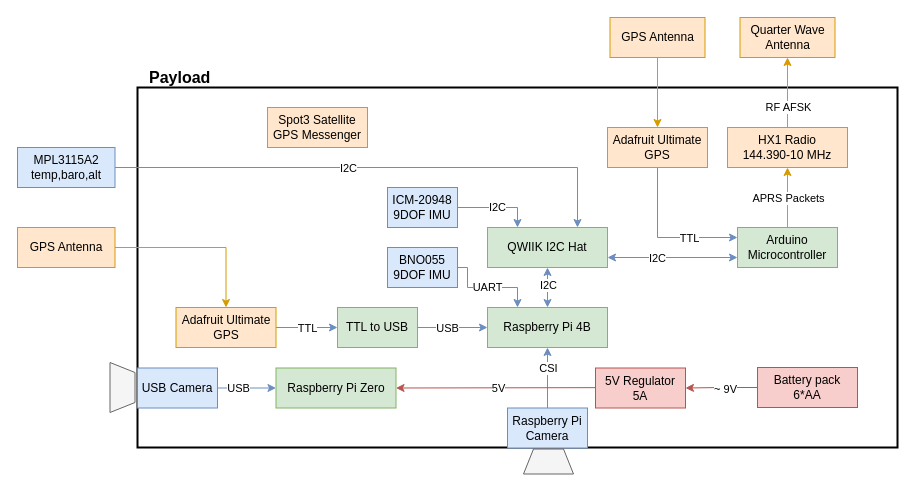
Earlier version of the draw.io diagram page "System Diagram" (2 of 2) of diagrams/electrical_block_diagram.drawio (GAVLab/ros-hab-dcs). Source tidied: cells renumbered, new cells numbered last; positions are measured from the earlier drawing's top-left corner, leaving out a move shared by most shapes. Both pictures are drawn from the tidied source at 100%, with x=0, y=0 at pixel (17, 17).
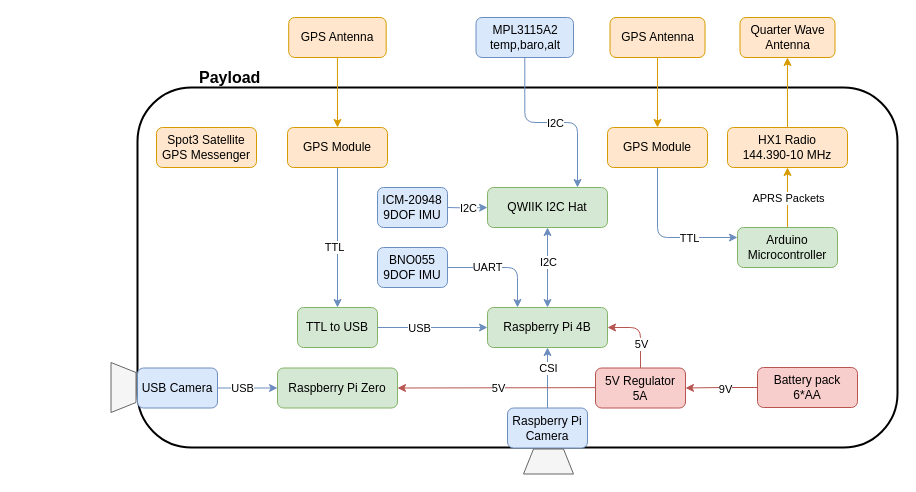
The same diagram, later.

Unchanged cells that the change refers to:
```xml
<mxCell id="16" style="edgeStyle=orthogonalEdgeStyle;rounded=0;jettySize=auto;html=1;entryX=0;entryY=0.5;entryDx=0;entryDy=0;startArrow=none;startFill=0;fontColor=#EA6B66;fillColor=#dae8fc;strokeColor=#6c8ebf;" parent="1" edge="1" source="18" target="46">
  <mxGeometry relative="1" as="geometry" />
</mxCell>
<mxCell id="19" style="edgeStyle=orthogonalEdgeStyle;rounded=0;jettySize=auto;html=1;exitX=0;exitY=0.5;exitDx=0;exitDy=0;entryX=1;entryY=0.5;entryDx=0;entryDy=0;endArrow=classic;endFill=1;fillColor=#f8cecc;strokeColor=#b85450;" parent="1" edge="1" source="21" target="45">
  <mxGeometry relative="1" as="geometry" />
</mxCell>
<mxCell id="25" style="edgeStyle=orthogonalEdgeStyle;rounded=0;jettySize=auto;html=1;entryX=0.5;entryY=1;entryDx=0;entryDy=0;startArrow=none;startFill=0;fontColor=#000000;fillColor=#ffe6cc;strokeColor=#d79b00;exitX=0.5;exitY=0;exitDx=0;exitDy=0;" parent="1" edge="1" target="33">
  <mxGeometry relative="1" as="geometry">
    <mxPoint x="770" y="110" as="sourcePoint" />
    <Array as="points">
      <mxPoint x="770" y="40" />
      <mxPoint x="770" y="40" />
    </Array>
  </mxGeometry>
</mxCell>
```

Change to the diagram source:
```diff
@@
-    <mxCell id="2" style="rounded=0;whiteSpace=wrap;html=1;fillColor=none;strokeWidth=2;" parent="1" vertex="1">
+    <mxCell id="2" style="rounded=1;whiteSpace=wrap;html=1;fillColor=none;strokeWidth=2;" parent="1" vertex="1">
       <mxGeometry x="120" y="70" width="760" height="360" as="geometry" />
     </mxCell>
@@
-    <mxCell id="5" style="edgeStyle=orthogonalEdgeStyle;rounded=0;jettySize=auto;html=1;exitX=0;exitY=0.5;exitDx=0;exitDy=0;entryX=1;entryY=0.5;entryDx=0;entryDy=0;startArrow=classic;startFill=1;endArrow=none;endFill=0;fillColor=#dae8fc;strokeColor=#6c8ebf;" parent="1" edge="1" source="50" target="48">
+    <mxCell id="5" style="edgeStyle=orthogonalEdgeStyle;rounded=0;jettySize=auto;html=1;exitX=0.5;exitY=0;exitDx=0;exitDy=0;entryX=0.5;entryY=1;entryDx=0;entryDy=0;startArrow=classic;startFill=1;endArrow=none;endFill=0;fillColor=#dae8fc;strokeColor=#6c8ebf;" parent="1" edge="1" source="50" target="48">
       <mxGeometry relative="1" as="geometry" />
     </mxCell>
@@
-    <mxCell id="7" value="Raspberry Pi 4B" style="rounded=0;whiteSpace=wrap;html=1;fillColor=#d5e8d4;strokeColor=#82b366;" parent="1" vertex="1">
+    <mxCell id="7" value="Raspberry Pi 4B" style="rounded=1;whiteSpace=wrap;html=1;fillColor=#d5e8d4;strokeColor=#82b366;" parent="1" vertex="1">
       <mxGeometry x="470" y="290" width="120" height="40" as="geometry" />
     </mxCell>
@@
-    <mxCell id="10" value="Raspberry Pi&lt;br&gt;Camera" style="rounded=0;whiteSpace=wrap;html=1;fillColor=#dae8fc;strokeColor=#6c8ebf;" parent="1" vertex="1">
+    <mxCell id="10" value="Raspberry Pi&lt;br&gt;Camera" style="rounded=1;whiteSpace=wrap;html=1;fillColor=#dae8fc;strokeColor=#6c8ebf;" parent="1" vertex="1">
       <mxGeometry x="490" y="390.5" width="80" height="40" as="geometry" />
     </mxCell>
-    <mxCell id="11" value="UART" style="edgeStyle=orthogonalEdgeStyle;rounded=0;jettySize=auto;html=1;startArrow=none;startFill=0;fontColor=#000000;fillColor=#dae8fc;strokeColor=#6c8ebf;" parent="1" edge="1" source="12">
-      <mxGeometry relative="1" as="geometry">
+    <mxCell id="11" value="UART" style="edgeStyle=orthogonalEdgeStyle;rounded=1;jettySize=auto;html=1;startArrow=none;startFill=0;fontColor=#000000;fillColor=#dae8fc;strokeColor=#6c8ebf;" parent="1" edge="1" source="12">
+      <mxGeometry x="-0.27" relative="1" as="geometry">
         <mxPoint x="500" y="290" as="targetPoint" />
         <Array as="points">
-          <mxPoint x="450" y="250" />
-          <mxPoint x="450" y="270" />
-          <mxPoint x="500" y="270" />
+          <mxPoint x="500" y="250" />
         </Array>
       </mxGeometry>
     </mxCell>
-    <mxCell id="12" value="BNO055 9DOF IMU" style="rounded=0;whiteSpace=wrap;html=1;fillColor=#dae8fc;strokeColor=#6c8ebf;" parent="1" vertex="1">
-      <mxGeometry x="370" y="230" width="70" height="40" as="geometry" />
+    <mxCell id="12" value="BNO055 9DOF IMU" style="rounded=1;whiteSpace=wrap;html=1;fillColor=#dae8fc;strokeColor=#6c8ebf;" parent="1" vertex="1">
+      <mxGeometry x="360" y="230" width="70" height="40" as="geometry" />
     </mxCell>
-    <mxCell id="13" style="edgeStyle=orthogonalEdgeStyle;rounded=0;jettySize=auto;html=1;entryX=0.75;entryY=0;entryDx=0;entryDy=0;startArrow=none;startFill=0;fontColor=#000000;fillColor=#dae8fc;strokeColor=#6c8ebf;" parent="1" edge="1" source="15" target="31">
+    <mxCell id="13" style="edgeStyle=orthogonalEdgeStyle;rounded=1;jettySize=auto;html=1;entryX=0.75;entryY=0;entryDx=0;entryDy=0;startArrow=none;startFill=0;fontColor=#000000;fillColor=#dae8fc;strokeColor=#6c8ebf;" parent="1" edge="1" source="15" target="31">
       <mxGeometry relative="1" as="geometry" />
     </mxCell>
     <mxCell id="14" value="I2C" style="edgeLabel;html=1;align=center;verticalAlign=middle;fontColor=#000000;" parent="13" vertex="1">
       <mxGeometry x="-0.11" y="-3" relative="1" as="geometry">
-        <mxPoint y="-3" as="offset" />
+        <mxPoint x="14.4" y="-3" as="offset" />
       </mxGeometry>
     </mxCell>
-    <mxCell id="15" value="MPL3115A2 temp,baro,alt" style="rounded=0;whiteSpace=wrap;html=1;fillColor=#dae8fc;strokeColor=#6c8ebf;" parent="1" vertex="1">
-      <mxGeometry y="130" width="97.5" height="40" as="geometry" />
+    <mxCell id="15" value="MPL3115A2 temp,baro,alt" style="rounded=1;whiteSpace=wrap;html=1;fillColor=#dae8fc;strokeColor=#6c8ebf;" parent="1" vertex="1">
+      <mxGeometry x="458.5" width="97.5" height="40" as="geometry" />
     </mxCell>
@@
     <mxCell id="17" value="USB" style="edgeLabel;html=1;align=center;verticalAlign=middle;" parent="16" vertex="1">
       <mxGeometry x="0.34" y="-2" relative="1" as="geometry">
-        <mxPoint x="-19" y="-2" as="offset" />
+        <mxPoint x="-16" y="-2" as="offset" />
       </mxGeometry>
     </mxCell>
-    <mxCell id="18" value="USB Camera" style="rounded=0;whiteSpace=wrap;html=1;fillColor=#dae8fc;strokeColor=#6c8ebf;" parent="1" vertex="1">
+    <mxCell id="18" value="USB Camera" style="rounded=1;whiteSpace=wrap;html=1;fillColor=#dae8fc;strokeColor=#6c8ebf;" parent="1" vertex="1">
       <mxGeometry x="120" y="350.5" width="80" height="40" as="geometry" />
     </mxCell>
@@
-    <mxCell id="20" value="~ 9V" style="edgeLabel;html=1;align=center;verticalAlign=middle;" parent="19" vertex="1">
+    <mxCell id="20" value="9V" style="edgeLabel;html=1;align=center;verticalAlign=middle;" parent="19" vertex="1">
       <mxGeometry x="-0.08" y="1" relative="1" as="geometry" />
     </mxCell>
-    <mxCell id="21" value="Battery pack&lt;br&gt;6*AA" style="rounded=0;whiteSpace=wrap;html=1;fillColor=#f8cecc;strokeColor=#b85450;" parent="1" vertex="1">
+    <mxCell id="21" value="Battery pack&lt;br&gt;6*AA" style="rounded=1;whiteSpace=wrap;html=1;fillColor=#f8cecc;strokeColor=#b85450;" parent="1" vertex="1">
       <mxGeometry x="740" y="350" width="100" height="40" as="geometry" />
     </mxCell>
@@
-    <mxCell id="24" value="Arduino&lt;br&gt;Microcontroller" style="rounded=0;whiteSpace=wrap;html=1;fillColor=#d5e8d4;strokeColor=#82b366;" parent="1" vertex="1">
+    <mxCell id="24" value="Arduino&lt;br&gt;Microcontroller" style="rounded=1;whiteSpace=wrap;html=1;fillColor=#d5e8d4;strokeColor=#82b366;" parent="1" vertex="1">
       <mxGeometry x="720" y="210" width="100" height="40" as="geometry" />
     </mxCell>
@@
-    <mxCell id="26" value="RF AFSK" style="edgeLabel;html=1;align=center;verticalAlign=middle;fontColor=#000000;" parent="25" vertex="1">
-      <mxGeometry x="-0.67" relative="1" as="geometry">
-        <mxPoint y="-8.3" as="offset" />
-      </mxGeometry>
-    </mxCell>
-    <mxCell id="27" value="I2C" style="edgeStyle=orthogonalEdgeStyle;rounded=0;jettySize=auto;html=1;exitX=1;exitY=0.5;exitDx=0;exitDy=0;entryX=0.25;entryY=0;entryDx=0;entryDy=0;endArrow=classic;endFill=1;fillColor=#dae8fc;strokeColor=#6c8ebf;" parent="1" edge="1" source="28" target="31">
-      <mxGeometry relative="1" as="geometry" />
+    <mxCell id="27" value="I2C" style="edgeStyle=orthogonalEdgeStyle;rounded=0;orthogonalLoop=1;jettySize=auto;html=1;exitX=1;exitY=0.5;exitDx=0;exitDy=0;entryX=0;entryY=0.5;entryDx=0;entryDy=0;endArrow=classic;endFill=1;fillColor=#dae8fc;strokeColor=#6c8ebf;" parent="1" edge="1">
+      <mxGeometry relative="1" as="geometry">
+        <mxPoint x="430" y="190" as="sourcePoint" />
+        <mxPoint x="470" y="190" as="targetPoint" />
+      </mxGeometry>
     </mxCell>
-    <mxCell id="28" value="ICM-20948&lt;br&gt;9DOF IMU" style="rounded=0;whiteSpace=wrap;html=1;fillColor=#dae8fc;strokeColor=#6c8ebf;" parent="1" vertex="1">
-      <mxGeometry x="370" y="170" width="70" height="40" as="geometry" />
+    <mxCell id="28" value="ICM-20948&lt;br&gt;9DOF IMU" style="rounded=1;whiteSpace=wrap;html=1;fillColor=#dae8fc;strokeColor=#6c8ebf;" parent="1" vertex="1">
+      <mxGeometry x="360" y="170" width="70" height="40" as="geometry" />
     </mxCell>
-    <mxCell id="29" style="edgeStyle=orthogonalEdgeStyle;rounded=0;jettySize=auto;html=1;entryX=0;entryY=0.75;entryDx=0;entryDy=0;startArrow=classic;startFill=1;fontColor=#000000;fillColor=#dae8fc;strokeColor=#6c8ebf;exitX=1;exitY=0.75;exitDx=0;exitDy=0;" parent="1" edge="1" source="31" target="24">
-      <mxGeometry relative="1" as="geometry" />
-    </mxCell>
-    <mxCell id="30" value="I2C" style="edgeLabel;html=1;align=center;verticalAlign=middle;fontColor=#000000;" parent="29" vertex="1">
-      <mxGeometry x="0.36" y="-2" relative="1" as="geometry">
-        <mxPoint x="-38.3" y="-2" as="offset" />
-      </mxGeometry>
-    </mxCell>
-    <mxCell id="31" value="QWIIK I2C Hat" style="rounded=0;whiteSpace=wrap;html=1;fillColor=#d5e8d4;strokeColor=#82b366;" parent="1" vertex="1">
-      <mxGeometry x="470" y="210" width="120" height="40" as="geometry" />
+    <mxCell id="31" value="QWIIK I2C Hat" style="rounded=1;whiteSpace=wrap;html=1;fillColor=#d5e8d4;strokeColor=#82b366;" parent="1" vertex="1">
+      <mxGeometry x="470" y="170" width="120" height="40" as="geometry" />
     </mxCell>
-    <mxCell id="32" value="&lt;span style=&quot;text-align: left&quot;&gt;Spot3 Satellite GPS Messenger&lt;/span&gt;" style="rounded=0;whiteSpace=wrap;html=1;fillColor=#ffe6cc;strokeColor=#d79b00;" parent="1" vertex="1">
-      <mxGeometry x="250" y="90" width="100" height="40" as="geometry" />
+    <mxCell id="32" value="&lt;span style=&quot;text-align: left&quot;&gt;Spot3 Satellite GPS Messenger&lt;/span&gt;" style="rounded=1;whiteSpace=wrap;html=1;fillColor=#ffe6cc;strokeColor=#d79b00;" parent="1" vertex="1">
+      <mxGeometry x="139" y="110" width="100" height="40" as="geometry" />
     </mxCell>
-    <mxCell id="33" value="Quarter Wave Antenna" style="rounded=0;whiteSpace=wrap;html=1;fillColor=#ffe6cc;strokeColor=#d79b00;" parent="1" vertex="1">
+    <mxCell id="33" value="Quarter Wave Antenna" style="rounded=1;whiteSpace=wrap;html=1;fillColor=#ffe6cc;strokeColor=#d79b00;" parent="1" vertex="1">
       <mxGeometry x="722.5" width="95" height="40" as="geometry" />
     </mxCell>
-    <mxCell id="34" value="HX1 Radio&lt;br&gt;144.390-10 MHz" style="rounded=0;whiteSpace=wrap;html=1;strokeColor=#d79b00;strokeWidth=1;fillColor=#ffe6cc;" parent="1" vertex="1">
+    <mxCell id="34" value="HX1 Radio&lt;br&gt;144.390-10 MHz" style="rounded=1;whiteSpace=wrap;html=1;strokeColor=#d79b00;strokeWidth=1;fillColor=#ffe6cc;" parent="1" vertex="1">
       <mxGeometry x="710" y="110" width="120" height="40" as="geometry" />
     </mxCell>
     <mxCell id="35" value="Payload" style="text;html=1;align=left;verticalAlign=middle;fontStyle=1;fontSize=16;" parent="1" vertex="1">
-      <mxGeometry x="130" y="50" width="80" height="20" as="geometry" />
+      <mxGeometry x="180" y="50" width="80" height="20" as="geometry" />
     </mxCell>
     <mxCell id="36" style="shape=trapezoid;perimeter=trapezoidPerimeter;whiteSpace=wrap;html=1;fixedSize=1;strokeColor=#666666;strokeWidth=1;fillColor=#f5f5f5;fontSize=16;fontColor=#333333;align=left;rotation=90;size=10;" parent="1" vertex="1">
-      <mxGeometry x="80" y="357.5" width="50" height="25" as="geometry" />
+      <mxGeometry x="81" y="357.5" width="50" height="25" as="geometry" />
     </mxCell>
@@
-    <mxCell id="38" style="edgeStyle=orthogonalEdgeStyle;rounded=0;jettySize=auto;html=1;entryX=0;entryY=0.25;entryDx=0;entryDy=0;startArrow=none;startFill=0;endArrow=classic;endFill=1;fontSize=16;fontColor=#000000;fillColor=#dae8fc;strokeColor=#6c8ebf;exitX=0.5;exitY=1;exitDx=0;exitDy=0;" parent="1" edge="1" source="41" target="24">
+    <mxCell id="38" style="edgeStyle=orthogonalEdgeStyle;rounded=1;jettySize=auto;html=1;entryX=0;entryY=0.25;entryDx=0;entryDy=0;startArrow=none;startFill=0;endArrow=classic;endFill=1;fontSize=16;fontColor=#000000;fillColor=#dae8fc;strokeColor=#6c8ebf;exitX=0.5;exitY=1;exitDx=0;exitDy=0;" parent="1" edge="1" source="41" target="24">
       <mxGeometry relative="1" as="geometry">
         <Array as="points">
           <mxPoint x="640" y="220" />
         </Array>
       </mxGeometry>
     </mxCell>
@@
-    <mxCell id="41" value="&lt;span style=&quot;text-align: left&quot;&gt;Adafruit Ultimate GPS&lt;/span&gt;" style="rounded=0;whiteSpace=wrap;html=1;fillColor=#ffe6cc;strokeColor=#d79b00;" parent="1" vertex="1">
+    <mxCell id="41" value="&lt;span style=&quot;text-align: left&quot;&gt;GPS Module&lt;/span&gt;" style="rounded=1;whiteSpace=wrap;html=1;fillColor=#ffe6cc;strokeColor=#d79b00;" parent="1" vertex="1">
       <mxGeometry x="590" y="110" width="100" height="40" as="geometry" />
     </mxCell>
-    <mxCell id="42" value="GPS Antenna" style="rounded=0;whiteSpace=wrap;html=1;fillColor=#ffe6cc;strokeColor=#d79b00;" parent="1" vertex="1">
+    <mxCell id="42" value="GPS Antenna" style="rounded=1;whiteSpace=wrap;html=1;fillColor=#ffe6cc;strokeColor=#d79b00;" parent="1" vertex="1">
       <mxGeometry x="592.5" width="95" height="40" as="geometry" />
     </mxCell>
@@
+    <mxCell id="53" style="edgeStyle=orthogonalEdgeStyle;rounded=1;jettySize=auto;html=1;exitX=0.5;exitY=0;exitDx=0;exitDy=0;entryX=1;entryY=0.5;entryDx=0;entryDy=0;fillColor=#f8cecc;strokeColor=#b85450;" parent="1" edge="1" source="45" target="7">
+      <mxGeometry relative="1" as="geometry" />
+    </mxCell>
+    <mxCell id="54" value="5V" style="edgeLabel;html=1;align=center;verticalAlign=middle;" parent="53" vertex="1">
+      <mxGeometry x="-0.07" y="-1" relative="1" as="geometry">
+        <mxPoint x="-1" y="10.3" as="offset" />
+      </mxGeometry>
+    </mxCell>
-    <mxCell id="45" value="5V Regulator&lt;br&gt;5A" style="rounded=0;whiteSpace=wrap;html=1;fillColor=#f8cecc;strokeColor=#b85450;" parent="1" vertex="1">
+    <mxCell id="45" value="5V Regulator&lt;br&gt;5A" style="rounded=1;whiteSpace=wrap;html=1;fillColor=#f8cecc;strokeColor=#b85450;" parent="1" vertex="1">
       <mxGeometry x="578" y="350.5" width="90" height="40" as="geometry" />
     </mxCell>
-    <mxCell id="46" value="Raspberry Pi Zero" style="rounded=0;whiteSpace=wrap;html=1;fillColor=#d5e8d4;strokeColor=#82b366;" parent="1" vertex="1">
-      <mxGeometry x="258.5" y="350.5" width="120" height="40" as="geometry" />
+    <mxCell id="46" value="Raspberry Pi Zero" style="rounded=1;whiteSpace=wrap;html=1;fillColor=#d5e8d4;strokeColor=#82b366;" parent="1" vertex="1">
+      <mxGeometry x="260" y="350.5" width="120" height="40" as="geometry" />
     </mxCell>
-    <mxCell id="47" style="edgeStyle=orthogonalEdgeStyle;rounded=0;jettySize=auto;html=1;exitX=0.5;exitY=0;exitDx=0;exitDy=0;startArrow=classic;startFill=1;endArrow=none;endFill=0;fillColor=#ffe6cc;strokeColor=#d79b00;entryX=1;entryY=0.5;entryDx=0;entryDy=0;" parent="1" edge="1" source="48" target="49">
+    <mxCell id="47" style="edgeStyle=orthogonalEdgeStyle;rounded=0;jettySize=auto;html=1;exitX=0.5;exitY=0;exitDx=0;exitDy=0;startArrow=classic;startFill=1;endArrow=none;endFill=0;fillColor=#ffe6cc;strokeColor=#d79b00;entryX=0.5;entryY=1;entryDx=0;entryDy=0;" parent="1" edge="1" source="48" target="49">
       <mxGeometry relative="1" as="geometry" />
     </mxCell>
-    <mxCell id="48" value="&lt;span style=&quot;text-align: left&quot;&gt;Adafruit Ultimate GPS&lt;/span&gt;" style="rounded=0;whiteSpace=wrap;html=1;fillColor=#ffe6cc;strokeColor=#d79b00;" parent="1" vertex="1">
-      <mxGeometry x="158.5" y="290" width="100" height="40" as="geometry" />
+    <mxCell id="48" value="&lt;span style=&quot;text-align: left&quot;&gt;GPS Module&lt;/span&gt;" style="rounded=1;whiteSpace=wrap;html=1;fillColor=#ffe6cc;strokeColor=#d79b00;" parent="1" vertex="1">
+      <mxGeometry x="270" y="110" width="100" height="40" as="geometry" />
     </mxCell>
-    <mxCell id="49" value="GPS Antenna" style="rounded=0;whiteSpace=wrap;html=1;fillColor=#ffe6cc;strokeColor=#d79b00;" parent="1" vertex="1">
-      <mxGeometry y="210" width="97.5" height="40" as="geometry" />
+    <mxCell id="49" value="GPS Antenna" style="rounded=1;whiteSpace=wrap;html=1;fillColor=#ffe6cc;strokeColor=#d79b00;" parent="1" vertex="1">
+      <mxGeometry x="271.2" width="97.5" height="40" as="geometry" />
     </mxCell>
-    <mxCell id="50" value="TTL to USB" style="rounded=0;whiteSpace=wrap;html=1;fillColor=#d5e8d4;strokeColor=#82b366;" parent="1" vertex="1">
-      <mxGeometry x="320" y="290" width="80" height="40" as="geometry" />
+    <mxCell id="50" value="TTL to USB" style="rounded=1;whiteSpace=wrap;html=1;fillColor=#d5e8d4;strokeColor=#82b366;" parent="1" vertex="1">
+      <mxGeometry x="280" y="290" width="80" height="40" as="geometry" />
     </mxCell>
```
